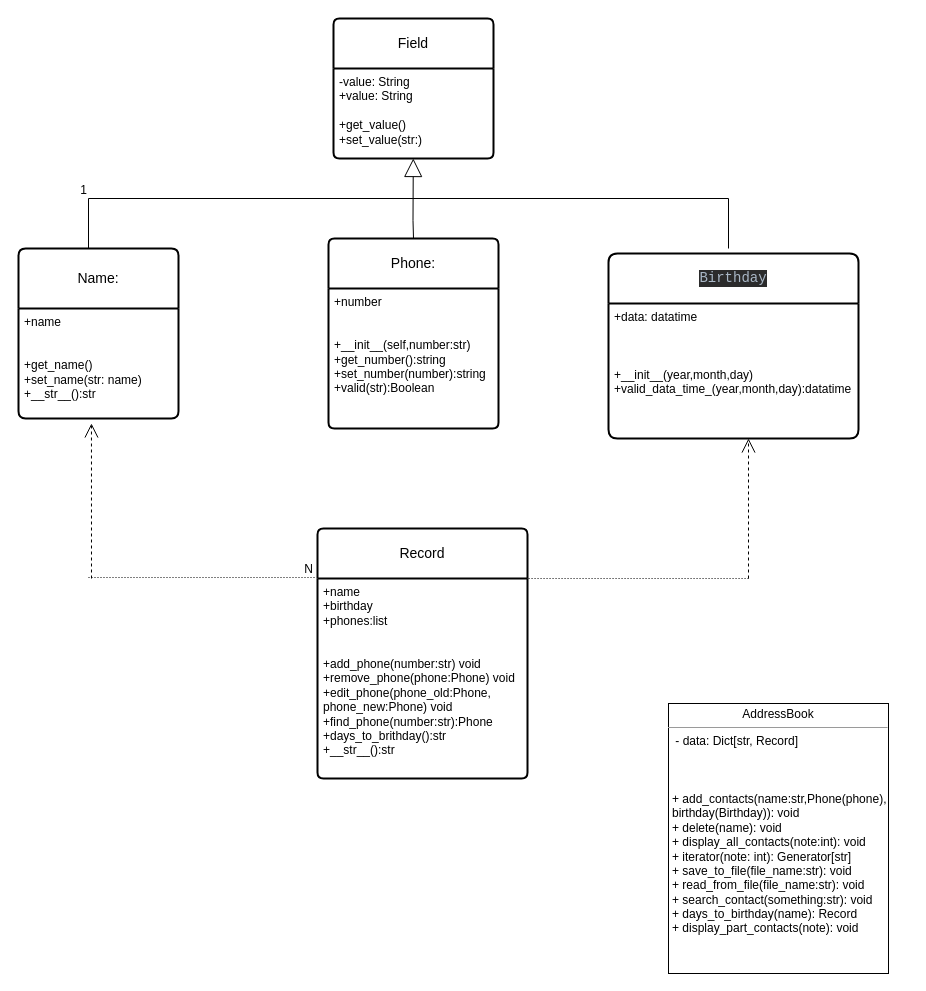
IVadymMarchenko/First_repo1 keeps this draw.io diagram as Диаграмма без названия.drawio. Above is the earlier version. Source tidied: cells renumbered, new cells numbered last; positions are measured from the earlier drawing's top-left corner, leaving out a move shared by most shapes. Both pictures are drawn from the tidied source at 100%, with x=0, y=0 at pixel (18, 18).
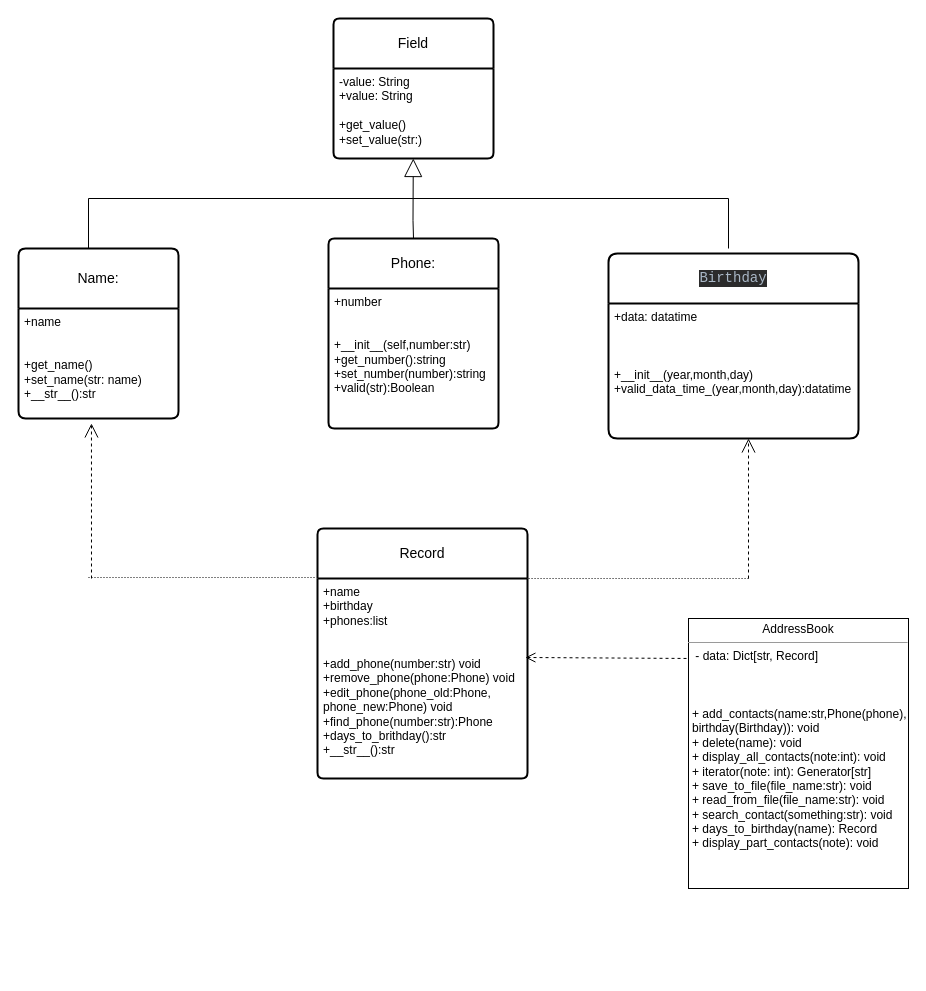
After the change.

Unchanged cells that the change refers to:
```xml
<mxCell id="11" value="+name&lt;br&gt;+birthday&lt;br&gt;+phones:list&lt;br&gt;&lt;br&gt;&lt;br&gt;+add_phone(number:str) void&lt;br&gt;+remove_phone(phone:Phone) void&lt;br&gt;+edit_phone(phone_old:Phone,&lt;br&gt;phone_new:Phone) void&lt;br&gt;+find_phone(number:str):Phone&lt;br&gt;+days_to_brithday():str&lt;br&gt;+__str__():str" style="align=left;strokeColor=none;fillColor=none;spacingLeft=4;fontSize=12;verticalAlign=top;html=1;" parent="10" vertex="1">
  <mxGeometry y="50" width="210" height="200" as="geometry" />
</mxCell>
<mxCell id="14" style="endArrow=none;html=1;rounded=0;" parent="1" edge="1">
  <mxGeometry relative="1" as="geometry">
    <mxPoint x="70" y="230" as="sourcePoint" />
    <mxPoint x="70" y="180" as="targetPoint" />
    <Array as="points">
      <mxPoint x="70" y="180" />
    </Array>
  </mxGeometry>
</mxCell>
<mxCell id="23" style="endArrow=none;html=1;rounded=0;dashed=1;dashPattern=1 2;entryX=-0.014;entryY=0.196;entryDx=0;entryDy=0;entryPerimeter=0;" parent="1" edge="1" target="10">
  <mxGeometry relative="1" as="geometry">
    <mxPoint x="70" y="559" as="sourcePoint" />
  </mxGeometry>
</mxCell>
```

Diff of the diagram source:
```diff
@@
-    <mxCell id="15" value="1" style="html=1;whiteSpace=wrap;align=right;verticalAlign=bottom;" parent="14" vertex="1">
+    <mxCell id="15" style="html=1;whiteSpace=wrap;align=right;verticalAlign=bottom;" parent="14" vertex="1">
       <mxGeometry x="1" relative="1" as="geometry" />
     </mxCell>
@@
     <mxCell id="17" value="&lt;p style=&quot;margin:0px;margin-top:4px;text-align:center;&quot;&gt; AddressBook&lt;br&gt;&lt;/p&gt;&lt;hr size=&quot;1&quot;&gt;&lt;p style=&quot;margin:0px;margin-left:4px;&quot;&gt;&amp;nbsp;- data: Dict[str, Record]&lt;br&gt;&lt;br&gt;&lt;/p&gt;&lt;p style=&quot;margin:0px;margin-left:4px;&quot;&gt;&lt;br&gt;&lt;/p&gt;&lt;p style=&quot;margin:0px;margin-left:4px;&quot;&gt;&lt;br&gt;&lt;/p&gt;&lt;p style=&quot;margin:0px;margin-left:4px;&quot;&gt;+ add_contacts(name:str,Phone(phone),&lt;/p&gt;&lt;p style=&quot;margin:0px;margin-left:4px;&quot;&gt;birthday(Birthday)): void&lt;br&gt;+ delete(name): void&amp;nbsp;&lt;br&gt;+ display_all_contacts(note:int): void&lt;br&gt;+ iterator(note: int): Generator[str]&lt;br&gt;+ save_to_file(file_name:str): void&lt;br&gt;+ read_from_file(file_name:str): void&lt;br&gt;+ search_contact(something:str): void&lt;br&gt;+ days_to_birthday(name): Record&lt;br&gt;+ display_part_contacts(note): void&lt;br&gt;&lt;/p&gt;" style="verticalAlign=top;align=left;overflow=fill;fontSize=12;fontFamily=Helvetica;html=1;whiteSpace=wrap;" parent="1" vertex="1">
-      <mxGeometry x="650" y="685" width="220" height="270" as="geometry" />
+      <mxGeometry x="670" y="600" width="220" height="270" as="geometry" />
     </mxCell>
@@
-    <mxCell id="24" value="N" style="html=1;whiteSpace=wrap;align=right;verticalAlign=bottom;" parent="23" vertex="1">
+    <mxCell id="24" style="html=1;whiteSpace=wrap;align=right;verticalAlign=bottom;" parent="23" vertex="1">
       <mxGeometry x="1" relative="1" as="geometry" />
     </mxCell>
+    <mxCell id="25" style="html=1;verticalAlign=bottom;endArrow=open;dashed=1;endSize=8;curved=0;rounded=0;entryX=0.99;entryY=0.395;entryDx=0;entryDy=0;entryPerimeter=0;exitX=-0.009;exitY=0.148;exitDx=0;exitDy=0;exitPerimeter=0;" parent="1" edge="1" source="17" target="11">
+      <mxGeometry relative="1" as="geometry" />
+    </mxCell>
```
